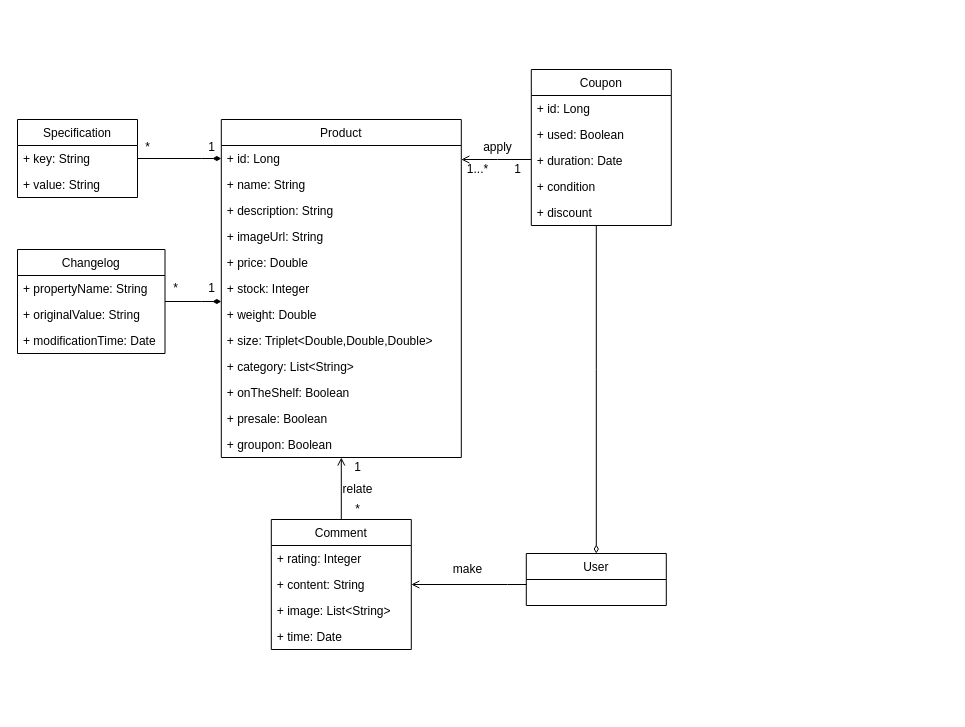
jrsmith12138/diagrams keeps this draw.io diagram as product.drawio. Above is the earlier version. Source tidied: cells renumbered, new cells numbered last; positions are measured from the earlier drawing's top-left corner, leaving out a move shared by most shapes. Both pictures are drawn from the tidied source at 100%, with x=0, y=0 at pixel (17, 69).
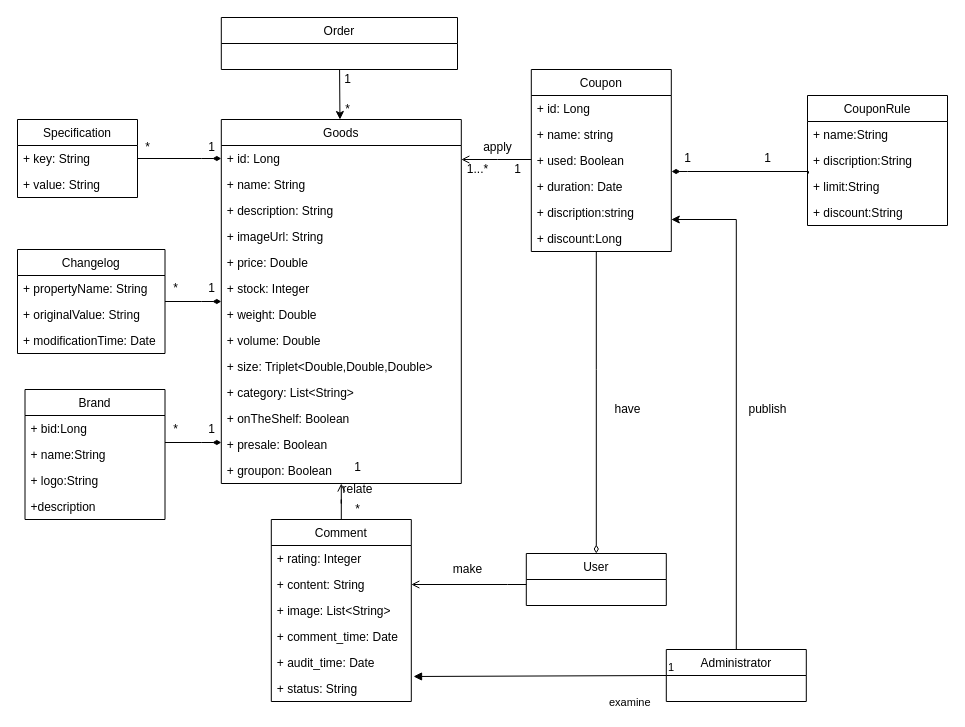
Above is the later version.

What changed in the source:
```diff
@@
-    <mxCell id="8" value="Product" style="swimlane;fontStyle=0;horizontal=1;startSize=26;fillColor=none;" parent="1" vertex="1">
-      <mxGeometry x="203.8" y="50" width="240" height="338" as="geometry" />
+    <mxCell id="8" value="Goods" style="swimlane;fontStyle=0;horizontal=1;startSize=26;fillColor=none;" parent="1" vertex="1">
+      <mxGeometry x="203.8" y="50" width="240" height="364" as="geometry" />
     </mxCell>
@@
+    <mxCell id="51" value="+ volume: Double" style="text;strokeColor=none;fillColor=none;align=left;verticalAlign=top;spacingLeft=4;spacingRight=4;overflow=hidden;" parent="8" vertex="1">
+      <mxGeometry y="208" width="240" height="26" as="geometry" />
+    </mxCell>
     <mxCell id="16" value="+ size: Triplet&lt;Double,Double,Double&gt;" style="text;strokeColor=none;fillColor=none;align=left;verticalAlign=top;spacingLeft=4;spacingRight=4;overflow=hidden;" parent="8" vertex="1">
-      <mxGeometry y="208" width="240" height="26" as="geometry" />
+      <mxGeometry y="234" width="240" height="26" as="geometry" />
     </mxCell>
     <mxCell id="17" value="+ category: List&lt;String&gt;" style="text;strokeColor=none;fillColor=none;align=left;verticalAlign=top;spacingLeft=4;spacingRight=4;overflow=hidden;" parent="8" vertex="1">
-      <mxGeometry y="234" width="240" height="26" as="geometry" />
+      <mxGeometry y="260" width="240" height="26" as="geometry" />
     </mxCell>
     <mxCell id="18" value="+ onTheShelf: Boolean" style="text;strokeColor=none;fillColor=none;align=left;verticalAlign=top;spacingLeft=4;spacingRight=4;overflow=hidden;" parent="8" vertex="1">
-      <mxGeometry y="260" width="240" height="26" as="geometry" />
+      <mxGeometry y="286" width="240" height="26" as="geometry" />
     </mxCell>
     <mxCell id="19" value="+ presale: Boolean" style="text;strokeColor=none;fillColor=none;align=left;verticalAlign=top;spacingLeft=4;spacingRight=4;overflow=hidden;" parent="8" vertex="1">
-      <mxGeometry y="286" width="240" height="26" as="geometry" />
+      <mxGeometry y="312" width="240" height="26" as="geometry" />
     </mxCell>
     <mxCell id="20" value="+ groupon: Boolean" style="text;strokeColor=none;fillColor=none;align=left;verticalAlign=top;spacingLeft=4;spacingRight=4;overflow=hidden;" parent="8" vertex="1">
-      <mxGeometry y="312" width="240" height="26" as="geometry" />
+      <mxGeometry y="338" width="240" height="26" as="geometry" />
     </mxCell>
@@
+    <mxCell id="52" style="edgeStyle=orthogonalEdgeStyle;rounded=0;jettySize=auto;html=1;entryX=0.5;entryY=0;entryDx=0;entryDy=0;endArrow=none;endFill=0;startArrow=classic;startFill=1;" parent="1" edge="1" source="28" target="79">
+      <mxGeometry relative="1" as="geometry">
+        <Array as="points">
+          <mxPoint x="719" y="150" />
+        </Array>
+      </mxGeometry>
+    </mxCell>
     <mxCell id="28" value="Coupon" style="swimlane;fontStyle=0;horizontal=1;startSize=26;fillColor=none;" parent="1" vertex="1">
-      <mxGeometry x="513.8" width="140" height="156" as="geometry" />
+      <mxGeometry x="513.8" width="140" height="182" as="geometry" />
     </mxCell>
@@
+    <mxCell id="53" value="+ name: string" style="text;strokeColor=none;fillColor=none;align=left;verticalAlign=top;spacingLeft=4;spacingRight=4;overflow=hidden;" parent="28" vertex="1">
+      <mxGeometry y="52" width="140" height="26" as="geometry" />
+    </mxCell>
     <mxCell id="30" value="+ used: Boolean" style="text;strokeColor=none;fillColor=none;align=left;verticalAlign=top;spacingLeft=4;spacingRight=4;overflow=hidden;points=[[0,0.5],[1,0.5]];portConstraint=eastwest;" parent="28" vertex="1">
-      <mxGeometry y="52" width="140" height="26" as="geometry" />
+      <mxGeometry y="78" width="140" height="26" as="geometry" />
     </mxCell>
     <mxCell id="31" value="+ duration: Date" style="text;strokeColor=none;fillColor=none;align=left;verticalAlign=top;spacingLeft=4;spacingRight=4;overflow=hidden;" parent="28" vertex="1">
-      <mxGeometry y="78" width="140" height="26" as="geometry" />
+      <mxGeometry y="104" width="140" height="26" as="geometry" />
     </mxCell>
-    <mxCell id="32" value="+ condition" style="text;strokeColor=none;fillColor=none;align=left;verticalAlign=top;spacingLeft=4;spacingRight=4;overflow=hidden;" parent="28" vertex="1">
-      <mxGeometry y="104" width="140" height="26" as="geometry" />
+    <mxCell id="32" value="+ discription:string" style="text;strokeColor=none;fillColor=none;align=left;verticalAlign=top;spacingLeft=4;spacingRight=4;overflow=hidden;" parent="28" vertex="1">
+      <mxGeometry y="130" width="140" height="26" as="geometry" />
     </mxCell>
-    <mxCell id="33" value="+ discount" style="text;strokeColor=none;fillColor=none;align=left;verticalAlign=top;spacingLeft=4;spacingRight=4;overflow=hidden;" parent="28" vertex="1">
-      <mxGeometry y="130" width="140" height="26" as="geometry" />
+    <mxCell id="33" value="+ discount:Long" style="text;strokeColor=none;fillColor=none;align=left;verticalAlign=top;spacingLeft=4;spacingRight=4;overflow=hidden;" parent="28" vertex="1">
+      <mxGeometry y="156" width="140" height="26" as="geometry" />
     </mxCell>
@@
     <mxCell id="40" value="Comment" style="swimlane;fontStyle=0;horizontal=1;startSize=26;fillColor=none;" parent="1" vertex="1">
-      <mxGeometry x="253.8" y="450" width="140" height="130" as="geometry" />
+      <mxGeometry x="253.8" y="450" width="140" height="182" as="geometry" />
     </mxCell>
@@
-    <mxCell id="44" value="+ time: Date" style="text;strokeColor=none;fillColor=none;align=left;verticalAlign=top;spacingLeft=4;spacingRight=4;overflow=hidden;" parent="40" vertex="1">
+    <mxCell id="44" value="+ comment_time: Date" style="text;strokeColor=none;fillColor=none;align=left;verticalAlign=top;spacingLeft=4;spacingRight=4;overflow=hidden;" parent="40" vertex="1">
       <mxGeometry y="104" width="140" height="26" as="geometry" />
     </mxCell>
+    <mxCell id="54" value="+ audit_time: Date" style="text;strokeColor=none;fillColor=none;align=left;verticalAlign=top;spacingLeft=4;spacingRight=4;overflow=hidden;points=[[0,0.5],[1,0.5]];portConstraint=eastwest;" parent="40" vertex="1">
+      <mxGeometry y="130" width="140" height="26" as="geometry" />
+    </mxCell>
+    <mxCell id="55" value="+ status: String" style="text;strokeColor=none;fillColor=none;align=left;verticalAlign=top;spacingLeft=4;spacingRight=4;overflow=hidden;" parent="40" vertex="1">
+      <mxGeometry y="156" width="140" height="26" as="geometry" />
+    </mxCell>
@@
+    <mxCell id="56" value="1" style="text;html=1;align=center;verticalAlign=middle;" parent="1" vertex="1">
+      <mxGeometry x="740" y="79" width="20" height="20" as="geometry" />
+    </mxCell>
+    <mxCell id="57" value="1" style="text;html=1;align=center;verticalAlign=middle;" parent="1" vertex="1">
+      <mxGeometry x="660" y="79" width="20" height="20" as="geometry" />
+    </mxCell>
+    <mxCell id="58" style="edgeStyle=orthogonalEdgeStyle;rounded=0;jettySize=auto;html=1;endArrow=diamondThin;endFill=1;entryX=1.002;entryY=0.923;entryDx=0;entryDy=0;exitX=0.007;exitY=0;exitDx=0;exitDy=0;entryPerimeter=0;exitPerimeter=0;" parent="1" edge="1" source="77" target="30">
+      <mxGeometry relative="1" as="geometry">
+        <Array as="points">
+          <mxPoint x="670" y="102" />
+          <mxPoint x="670" y="102" />
+        </Array>
+      </mxGeometry>
+    </mxCell>
+    <mxCell id="59" value="have" style="text;html=1;align=center;verticalAlign=middle;" parent="1" vertex="1">
+      <mxGeometry x="590" y="330" width="40" height="20" as="geometry" />
+    </mxCell>
+    <mxCell id="60" style="edgeStyle=orthogonalEdgeStyle;rounded=0;orthogonalLoop=1;jettySize=auto;html=1;endArrow=diamondThin;endFill=1;" parent="1" edge="1">
+      <mxGeometry relative="1" as="geometry">
+        <mxPoint x="147.5" y="373" as="sourcePoint" />
+        <mxPoint x="203.8" y="373" as="targetPoint" />
+        <Array as="points">
+          <mxPoint x="183.8" y="373" />
+          <mxPoint x="183.8" y="373" />
+        </Array>
+      </mxGeometry>
+    </mxCell>
+    <mxCell id="61" value="1" style="text;html=1;align=center;verticalAlign=middle;" parent="1" vertex="1">
+      <mxGeometry x="183.8" y="350" width="20" height="20" as="geometry" />
+    </mxCell>
+    <mxCell id="62" value="*" style="text;html=1;align=center;verticalAlign=middle;" parent="1" vertex="1">
+      <mxGeometry x="147.5" y="350" width="20" height="20" as="geometry" />
+    </mxCell>
+    <mxCell id="63" value="Brand" style="swimlane;fontStyle=0;horizontal=1;startSize=26;fillColor=none;" parent="1" vertex="1">
+      <mxGeometry x="7.5" y="320" width="140" height="130" as="geometry" />
+    </mxCell>
+    <mxCell id="64" value="+ bid:Long" style="text;strokeColor=none;fillColor=none;align=left;verticalAlign=top;spacingLeft=4;spacingRight=4;overflow=hidden;" parent="63" vertex="1">
+      <mxGeometry y="26" width="140" height="26" as="geometry" />
+    </mxCell>
+    <mxCell id="65" value="+ name:String" style="text;strokeColor=none;fillColor=none;align=left;verticalAlign=top;spacingLeft=4;spacingRight=4;overflow=hidden;" parent="63" vertex="1">
+      <mxGeometry y="52" width="140" height="26" as="geometry" />
+    </mxCell>
+    <mxCell id="66" value="+ logo:String" style="text;strokeColor=none;fillColor=none;align=left;verticalAlign=top;spacingLeft=4;spacingRight=4;overflow=hidden;" parent="63" vertex="1">
+      <mxGeometry y="78" width="140" height="26" as="geometry" />
+    </mxCell>
+    <mxCell id="67" value="+description" style="text;strokeColor=none;fillColor=none;align=left;verticalAlign=top;spacingLeft=4;spacingRight=4;overflow=hidden;" parent="63" vertex="1">
+      <mxGeometry y="104" width="140" height="26" as="geometry" />
+    </mxCell>
+    <mxCell id="68" value="examine" style="endArrow=block;endFill=1;html=1;align=left;verticalAlign=top;exitX=0;exitY=0.5;exitDx=0;exitDy=0;entryX=1.016;entryY=1.038;entryDx=0;entryDy=0;entryPerimeter=0;" parent="1" edge="1" source="79" target="54">
+      <mxGeometry x="-0.53" y="14" relative="1" as="geometry" />
+    </mxCell>
+    <mxCell id="69" value="1" style="edgeLabel;html=1;align=left;verticalAlign=bottom;" parent="68" vertex="1">
+      <mxGeometry x="-1" relative="1" as="geometry" />
+    </mxCell>
+    <mxCell id="70" style="edgeStyle=none;rounded=0;jettySize=auto;html=1;" parent="1" edge="1" source="71" target="8">
+      <mxGeometry relative="1" as="geometry" />
+    </mxCell>
+    <mxCell id="71" value="Order" style="swimlane;fontStyle=0;horizontal=1;startSize=26;fillColor=none;" parent="1" vertex="1">
+      <mxGeometry x="203.8" y="-52" width="236.2" height="52" as="geometry" />
+    </mxCell>
+    <mxCell id="72" value="1" style="text;html=1;align=center;verticalAlign=middle;" parent="1" vertex="1">
+      <mxGeometry x="320" width="20" height="20" as="geometry" />
+    </mxCell>
+    <mxCell id="73" value="*" style="text;html=1;align=center;verticalAlign=middle;" parent="1" vertex="1">
+      <mxGeometry x="320" y="30" width="20" height="20" as="geometry" />
+    </mxCell>
+    <mxCell id="74" value="CouponRule" style="swimlane;fontStyle=0;horizontal=1;startSize=26;fillColor=none;" parent="1" vertex="1">
+      <mxGeometry x="790" y="26" width="140" height="130" as="geometry" />
+    </mxCell>
+    <mxCell id="75" value="+ name:String" style="text;strokeColor=none;fillColor=none;align=left;verticalAlign=top;spacingLeft=4;spacingRight=4;overflow=hidden;" parent="74" vertex="1">
+      <mxGeometry y="26" width="140" height="26" as="geometry" />
+    </mxCell>
+    <mxCell id="76" value="+ discription:String" style="text;strokeColor=none;fillColor=none;align=left;verticalAlign=top;spacingLeft=4;spacingRight=4;overflow=hidden;" parent="74" vertex="1">
+      <mxGeometry y="52" width="140" height="26" as="geometry" />
+    </mxCell>
+    <mxCell id="77" value="+ limit:String" style="text;strokeColor=none;fillColor=none;align=left;verticalAlign=top;spacingLeft=4;spacingRight=4;overflow=hidden;points=[[0,0.5],[1,0.5]];portConstraint=eastwest;" parent="74" vertex="1">
+      <mxGeometry y="78" width="140" height="26" as="geometry" />
+    </mxCell>
+    <mxCell id="78" value="+ discount:String" style="text;strokeColor=none;fillColor=none;align=left;verticalAlign=top;spacingLeft=4;spacingRight=4;overflow=hidden;" parent="74" vertex="1">
+      <mxGeometry y="104" width="140" height="26" as="geometry" />
+    </mxCell>
+    <mxCell id="79" value="Administrator" style="swimlane;fontStyle=0;horizontal=1;startSize=26;fillColor=none;" parent="1" vertex="1">
+      <mxGeometry x="648.8" y="580" width="140" height="52" as="geometry" />
+    </mxCell>
+    <mxCell id="80" value="publish" style="text;html=1;align=center;verticalAlign=middle;" parent="1" vertex="1">
+      <mxGeometry x="725" y="330" width="50" height="20" as="geometry" />
+    </mxCell>
```
